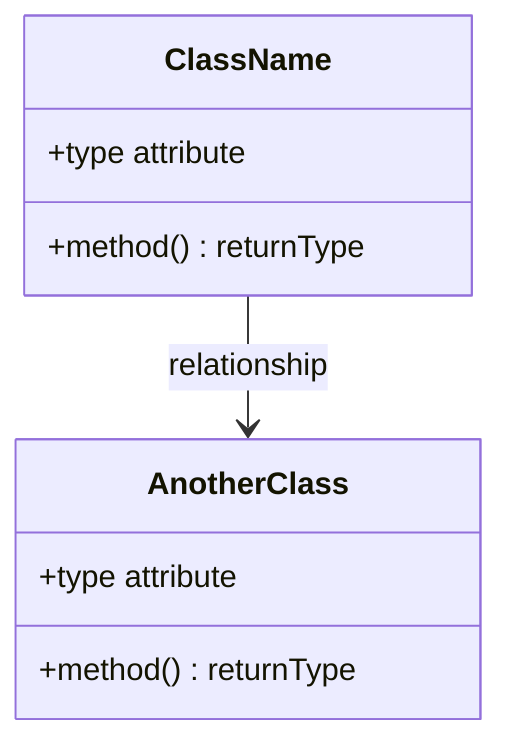
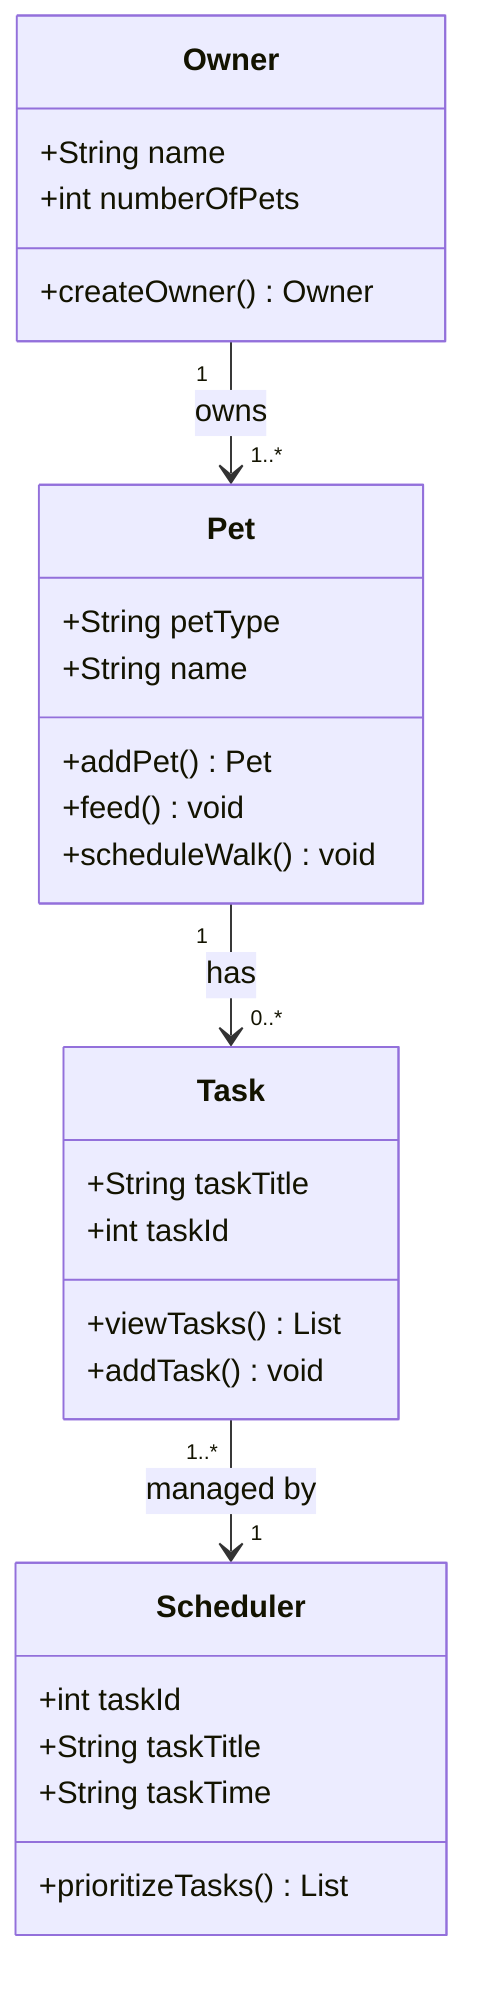
classDiagram
-     %% Replace the placeholders below with your actual classes, attributes, methods, and relationships.
-     %% Keep this file updated so it matches your final implementation.
- 
-     class ClassName {
-         +type attribute
-         +method() returnType
+     class Owner {
+         +String name
+         +int numberOfPets
+         +createOwner() Owner
    }

-     class AnotherClass {
-         +type attribute
-         +method() returnType
+     class Pet {
+         +String petType
+         +String name
+         +addPet() Pet
+         +feed() void
+         +scheduleWalk() void
    }

-     ClassName --> AnotherClass : relationship
+     class Task {
+         +String taskTitle
+         +int taskId
+         +viewTasks() List
+         +addTask() void
+     }
+ 
+     class Scheduler {
+         +int taskId
+         +String taskTitle
+         +String taskTime
+         +prioritizeTasks() List
+     }
+ 
+     Owner "1" --> "1..*" Pet : owns
+     Pet "1" --> "0..*" Task : has
+     Task "1..*" --> "1" Scheduler : managed by
